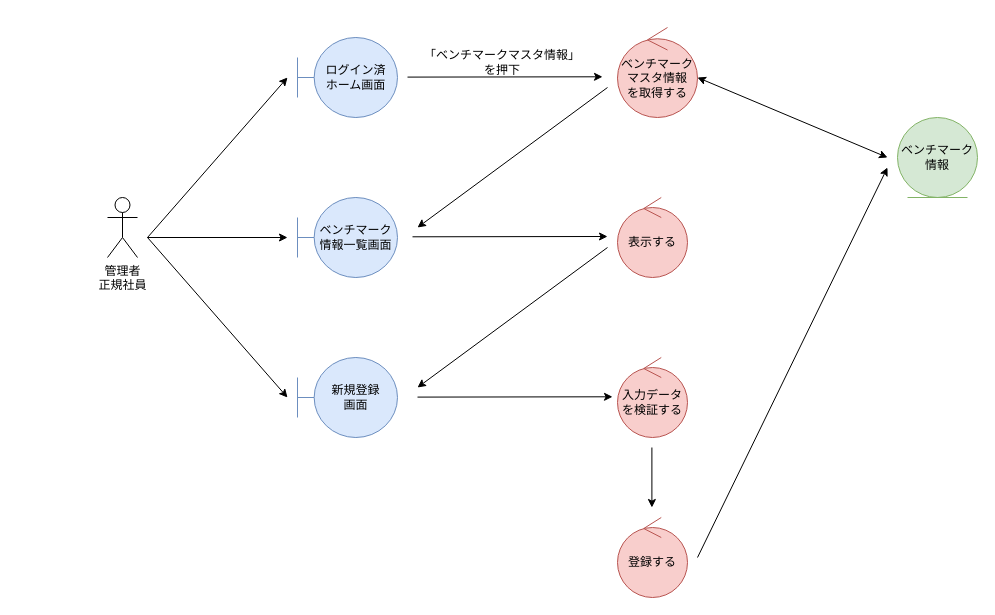
HaruShim/Sotuken keeps this draw.io diagram as page "*ベンチマークマスタ管理_登録" (1 of 4) of 各種設計書/3ロバストネス図/マスタ管理/5.ベンチマークマスタ.drawio. Above is the earlier version. Source tidied: cells renumbered, new cells numbered last; positions are measured from the earlier drawing's top-left corner, leaving out a move shared by most shapes. Both pictures are drawn from the tidied source at 100%, with x=0, y=0 at pixel (107, 27).
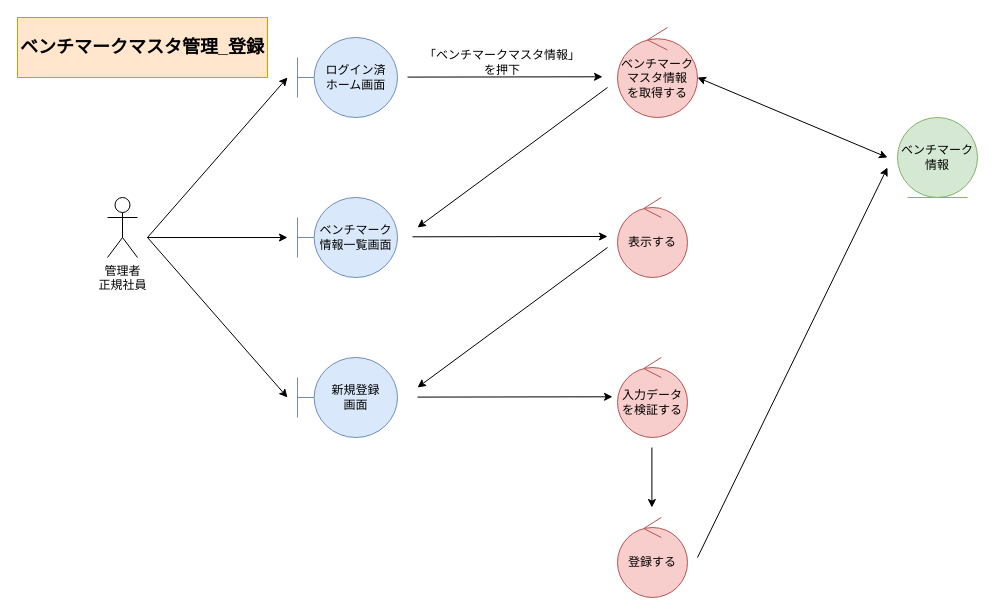
After the change.

Change to the diagram source:
```diff
@@
+    <mxCell id="23" value="ベンチマークマスタ管理_登録" style="rounded=0;whiteSpace=wrap;html=1;fillColor=#ffe6cc;strokeColor=#d79b00;fontStyle=1;fontSize=18;" parent="1" vertex="1">
+      <mxGeometry x="-90" y="-10" width="250" height="60" as="geometry" />
+    </mxCell>
```
